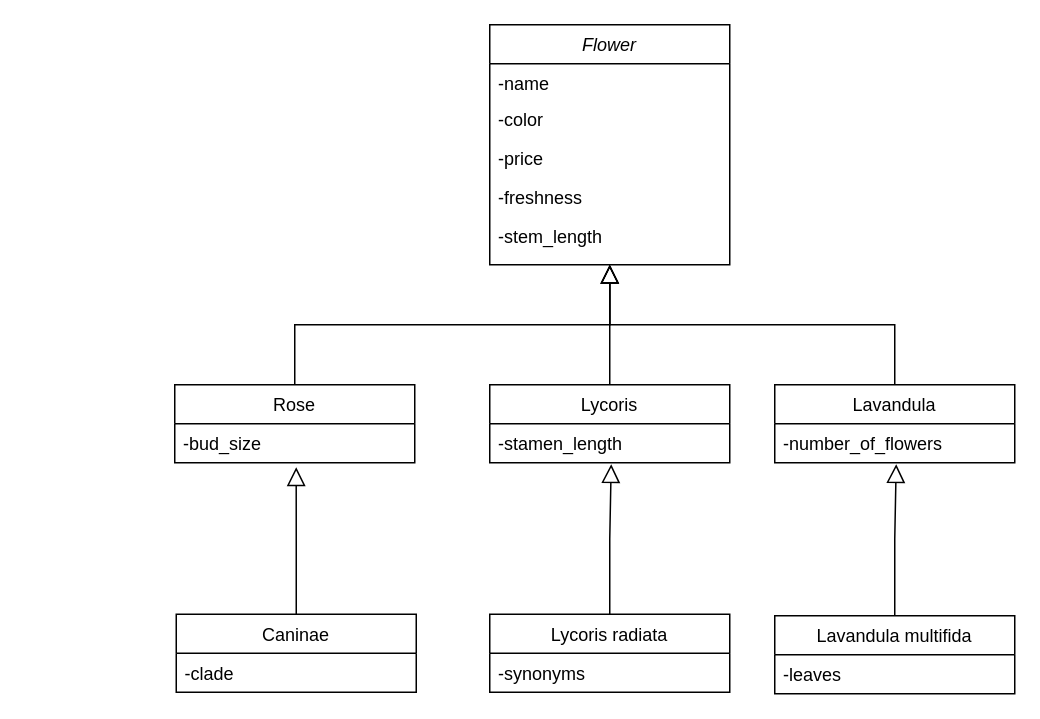
Before: Lab3.drawio in BakhirevKirill/draw-io, a draw.io diagram. Source tidied: cells renumbered, new cells numbered last; positions are measured from the earlier drawing's top-left corner, leaving out a move shared by most shapes. Both pictures are drawn from the tidied source at 150%, with x=0, y=0 at pixel (174, 24).
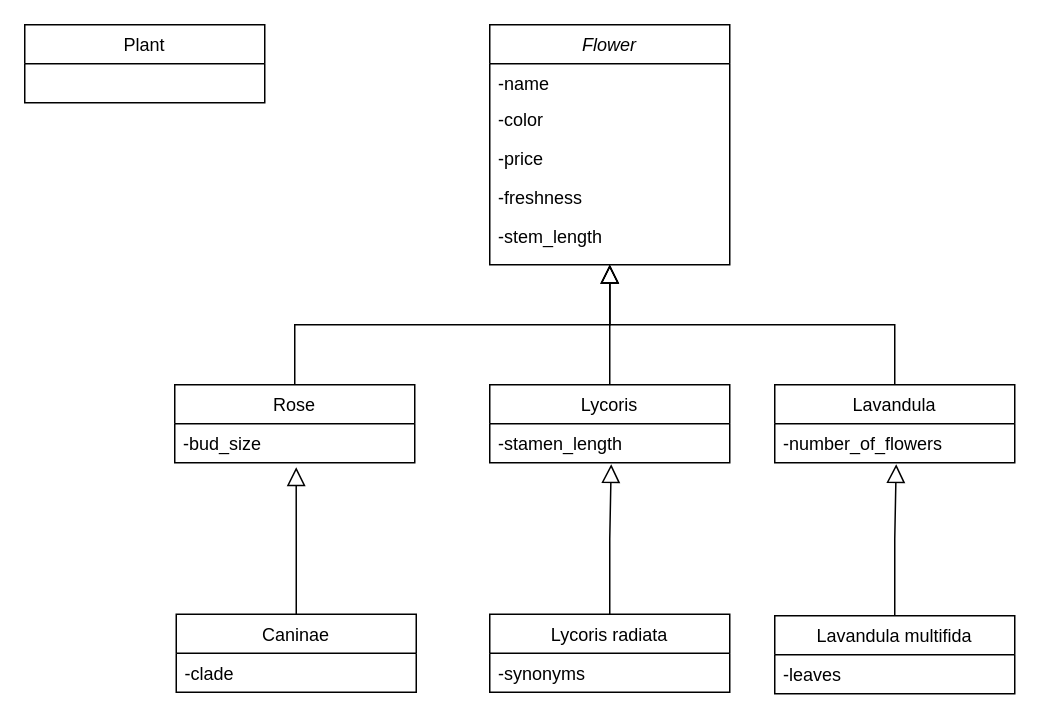
Above is the later version.

The edit, as a diff of the source:
```diff
@@
+    <mxCell id="26" value="Plant" style="swimlane;fontStyle=0;align=center;verticalAlign=top;horizontal=1;startSize=26;rounded=0;shadow=0;strokeWidth=1;" parent="1" vertex="1">
+      <mxGeometry x="-100" width="160" height="52" as="geometry" />
+    </mxCell>
```
